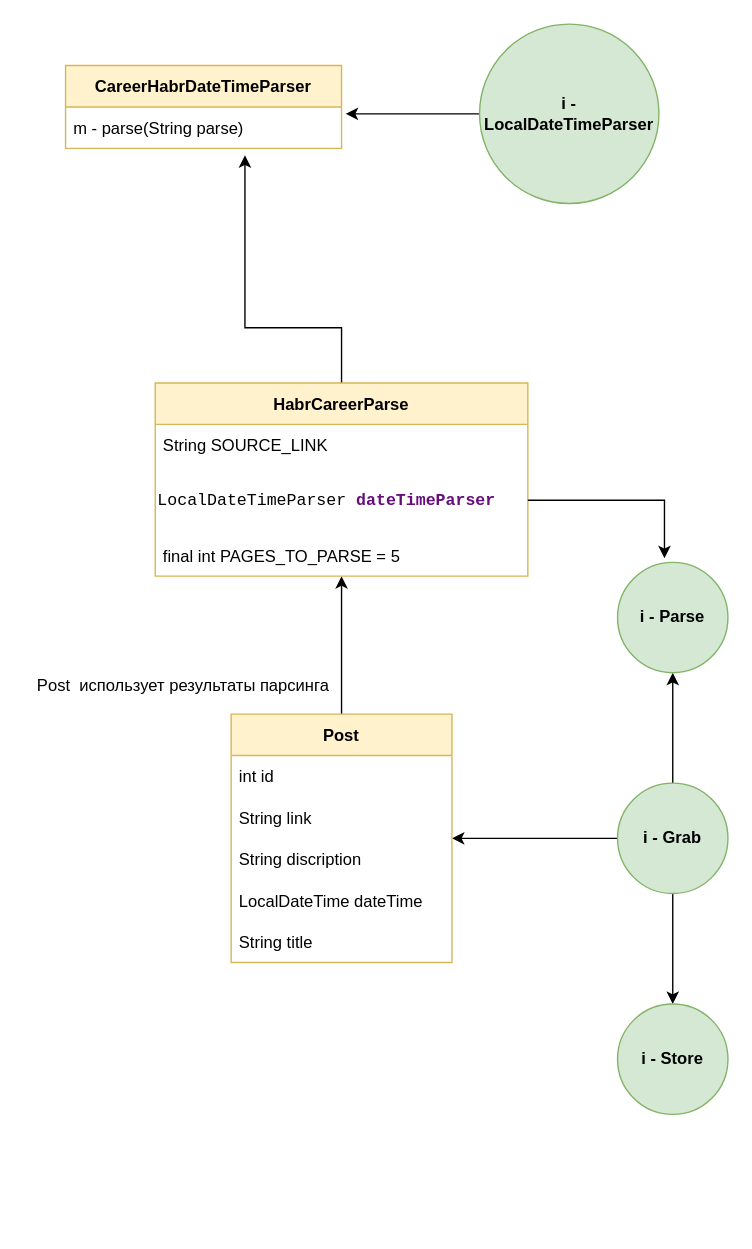
Earlier version of the draw.io diagram grabber.drawio (max-piter/job4j_grabber). Source tidied: cells renumbered, new cells numbered last; positions are measured from the earlier drawing's top-left corner, leaving out a move shared by most shapes. Both pictures are drawn from the tidied source at 138%, with x=0, y=0 at pixel (23, 23).
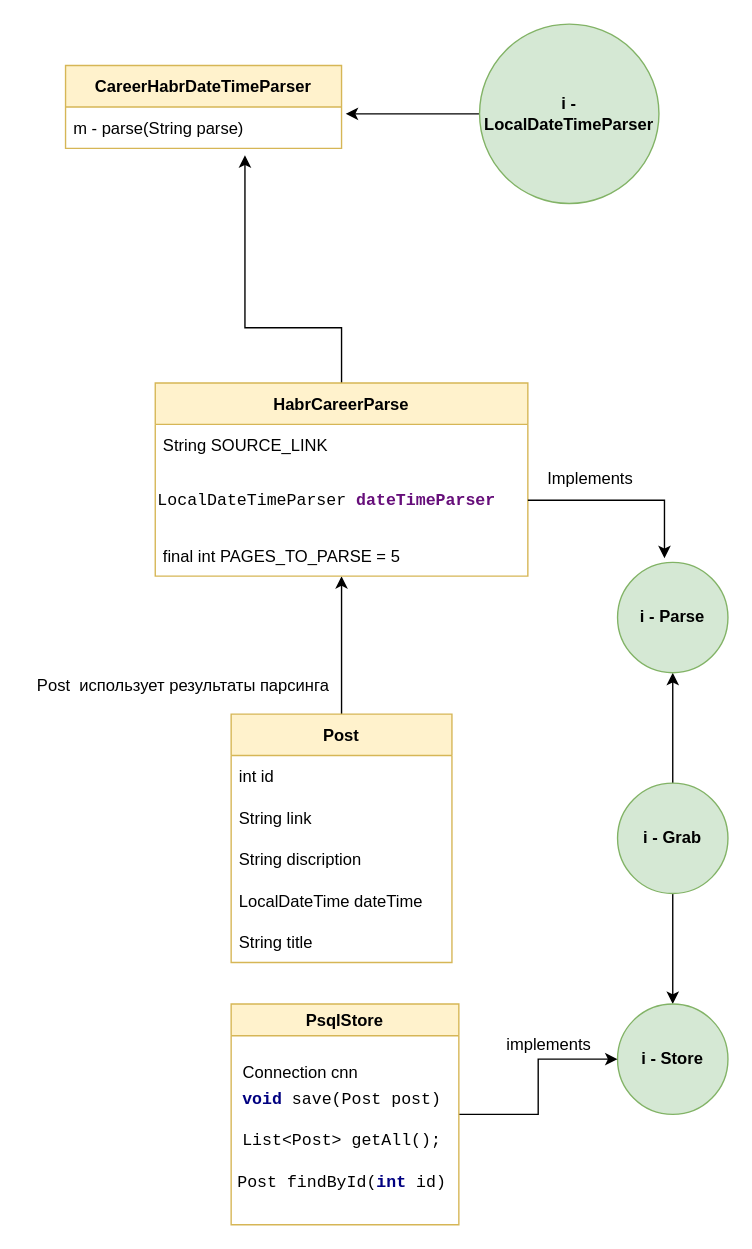
Above is the later version.

Unchanged cells that the change refers to:
```xml
<mxCell id="5" value="&lt;b&gt;i - Grab&lt;/b&gt;" style="ellipse;whiteSpace=wrap;html=1;fillColor=#d5e8d4;strokeColor=#82b366;" parent="1" vertex="1">
  <mxGeometry x="430" y="550" width="80" height="80" as="geometry" />
</mxCell>
<mxCell id="7" value="&lt;b&gt;i - Store&lt;/b&gt;" style="ellipse;whiteSpace=wrap;html=1;fillColor=#d5e8d4;strokeColor=#82b366;" parent="1" vertex="1">
  <mxGeometry x="430" y="710" width="80" height="80" as="geometry" />
</mxCell>
<mxCell id="9" value="Post" style="swimlane;fontStyle=1;horizontal=1;startSize=30;fillColor=#fff2cc;strokeColor=#d6b656;" parent="1" vertex="1">
  <mxGeometry x="150" y="500" width="160" height="180" as="geometry" />
</mxCell>
```

Diff of the diagram source:
```diff
@@
-    <mxCell id="4" style="edgeStyle=orthogonalEdgeStyle;rounded=0;jettySize=auto;html=1;" parent="1" edge="1" source="5" target="9">
-      <mxGeometry relative="1" as="geometry" />
-    </mxCell>
@@
+    <mxCell id="26" style="edgeStyle=orthogonalEdgeStyle;rounded=0;jettySize=auto;html=1;" parent="1" edge="1" source="27" target="7">
+      <mxGeometry relative="1" as="geometry" />
+    </mxCell>
+    <mxCell id="27" value="PsqlStore" style="swimlane;fillColor=#fff2cc;strokeColor=#d6b656;" parent="1" vertex="1">
+      <mxGeometry x="150" y="710" width="165" height="160" as="geometry" />
+    </mxCell>
+    <mxCell id="28" value="Connection cnn" style="text;html=1;align=center;verticalAlign=middle;strokeColor=none;fillColor=none;" parent="27" vertex="1">
+      <mxGeometry y="40" width="100" height="20" as="geometry" />
+    </mxCell>
+    <mxCell id="29" value="&lt;pre style=&quot;background-color: rgb(255 , 255 , 255) ; font-family: &amp;#34;jetbrains mono&amp;#34; , monospace&quot;&gt;&lt;span style=&quot;color: #000080 ; font-weight: bold&quot;&gt;void &lt;/span&gt;save(Post post)&lt;/pre&gt;" style="text;html=1;align=center;verticalAlign=middle;strokeColor=none;fillColor=none;" parent="27" vertex="1">
+      <mxGeometry y="50" width="160" height="40" as="geometry" />
+    </mxCell>
+    <mxCell id="30" value="&lt;pre style=&quot;background-color: rgb(255 , 255 , 255) ; font-family: &amp;#34;jetbrains mono&amp;#34; , monospace&quot;&gt;List&amp;lt;Post&amp;gt; getAll();&lt;/pre&gt;" style="text;html=1;align=center;verticalAlign=middle;strokeColor=none;fillColor=none;" parent="27" vertex="1">
+      <mxGeometry y="80" width="160" height="40" as="geometry" />
+    </mxCell>
+    <mxCell id="31" value="&lt;pre style=&quot;background-color: rgb(255 , 255 , 255) ; font-family: &amp;#34;jetbrains mono&amp;#34; , monospace&quot;&gt;Post findById(&lt;span style=&quot;color: #000080 ; font-weight: bold&quot;&gt;int &lt;/span&gt;id)&lt;/pre&gt;" style="text;html=1;align=center;verticalAlign=middle;strokeColor=none;fillColor=none;" parent="27" vertex="1">
+      <mxGeometry x="-5" y="110" width="170" height="40" as="geometry" />
+    </mxCell>
+    <mxCell id="32" value="implements" style="text;html=1;align=center;verticalAlign=middle;strokeColor=none;fillColor=none;" parent="1" vertex="1">
+      <mxGeometry x="340" y="730" width="80" height="20" as="geometry" />
+    </mxCell>
+    <mxCell id="33" value="Implements" style="text;html=1;align=center;verticalAlign=middle;strokeColor=none;fillColor=none;" parent="1" vertex="1">
+      <mxGeometry x="370" y="320" width="80" height="20" as="geometry" />
+    </mxCell>
```
